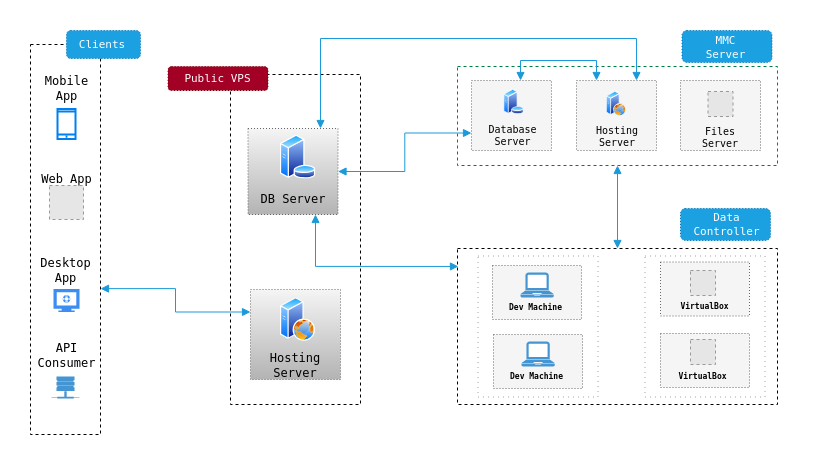
Before: page "Page-1" (1 of 6) of Untitled Diagram.drawio in shoaibijaz/soding, a draw.io diagram. Source tidied: cells renumbered, new cells numbered last; positions are measured from the earlier drawing's top-left corner, leaving out a move shared by most shapes. Both pictures are drawn from the tidied source at 100%, with x=0, y=0 at pixel (30, 30). Pictures stored in the file or linked from it are replaced by grey dashed boxes.
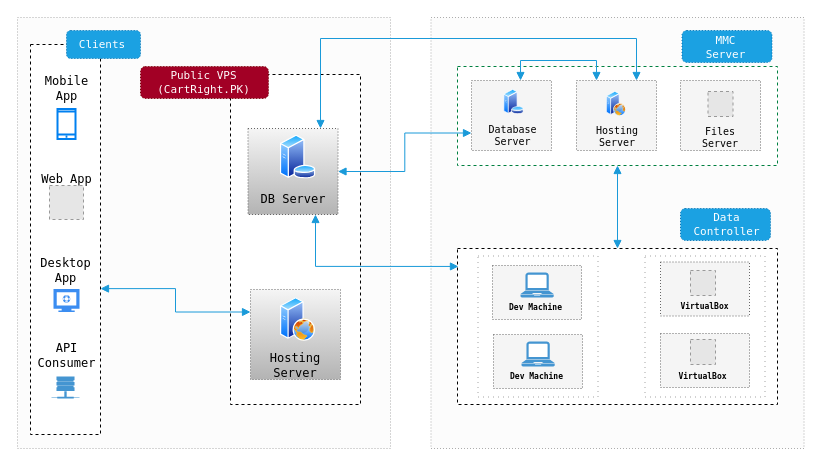
The same diagram, later.

The edit, as a diff of the source:
```diff
@@
+    <mxCell id="57" style="whiteSpace=wrap;html=1;fillColor=#FCFCFC;strokeColor=#ADADAD;fontColor=#333333;dashed=1;dashPattern=1 2;" parent="1" vertex="1">
+      <mxGeometry x="400.5" y="-13" width="373" height="431" as="geometry" />
+    </mxCell>
+    <mxCell id="58" style="whiteSpace=wrap;html=1;fillColor=#FCFCFC;strokeColor=#ADADAD;fontColor=#333333;dashed=1;dashPattern=1 2;" parent="1" vertex="1">
+      <mxGeometry x="-13" y="-13" width="373" height="431" as="geometry" />
+    </mxCell>
@@
     <mxCell id="34" style="rounded=1;whiteSpace=wrap;html=1;dashed=1;dashPattern=1 2;strokeColor=#6F0000;fillColor=#a20025;fontFamily=Lucida Console;fontSize=10;fontColor=#ffffff;" parent="1" vertex="1">
-      <mxGeometry x="137.5" y="36" width="100" height="24" as="geometry" />
+      <mxGeometry x="110" y="36" width="128" height="32" as="geometry" />
     </mxCell>
-    <mxCell id="35" value="&lt;font style=&quot;font-size: 11px&quot;&gt;Public VPS&lt;/font&gt;" style="text;html=1;strokeColor=none;fillColor=none;align=center;verticalAlign=middle;whiteSpace=wrap;rounded=0;dashed=1;dashPattern=1 2;fontFamily=Lucida Console;fontSize=11;fontColor=#FFFFFF;" parent="1" vertex="1">
-      <mxGeometry x="150" y="38" width="75" height="20" as="geometry" />
+    <mxCell id="35" value="&lt;font style=&quot;font-size: 11px&quot;&gt;Public VPS (CartRight.PK)&lt;/font&gt;" style="text;html=1;strokeColor=none;fillColor=none;align=center;verticalAlign=middle;whiteSpace=wrap;rounded=0;dashed=1;dashPattern=1 2;fontFamily=Lucida Console;fontSize=11;fontColor=#FFFFFF;" parent="1" vertex="1">
+      <mxGeometry x="117" y="42" width="113" height="20" as="geometry" />
     </mxCell>
```
